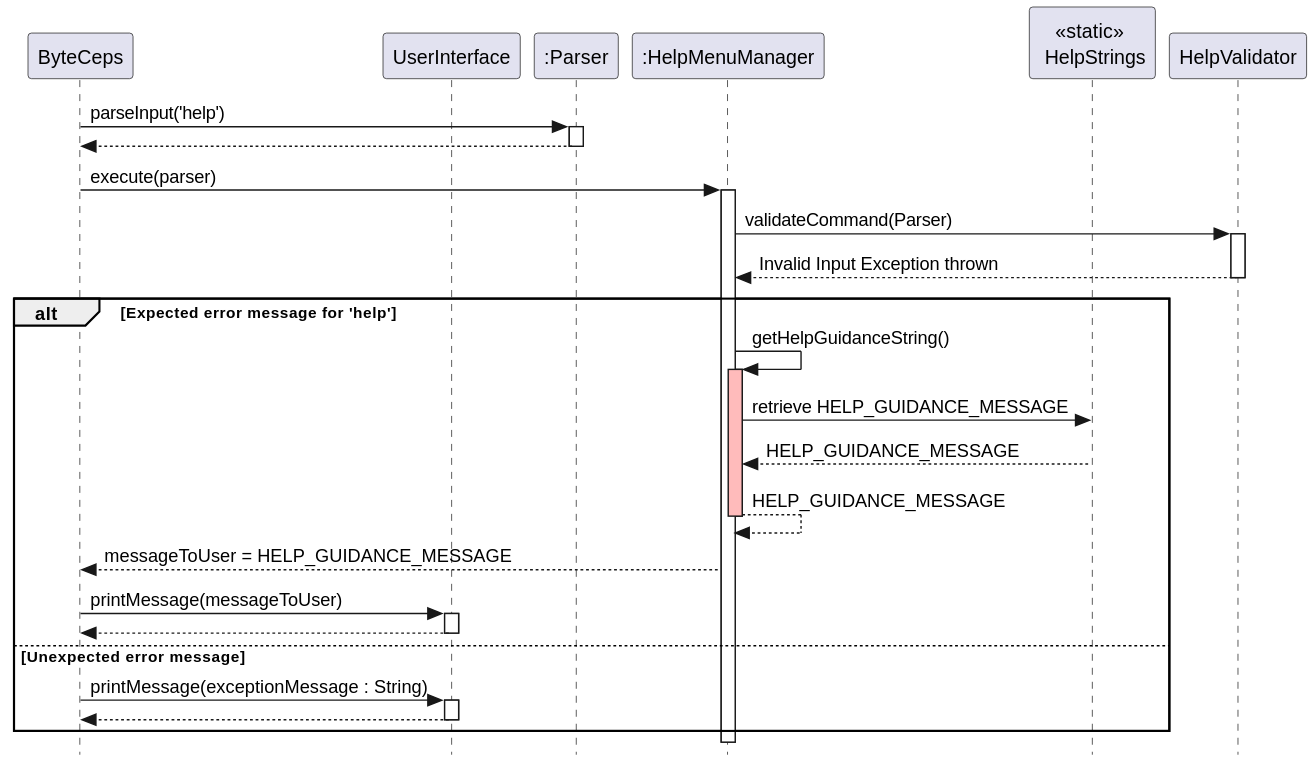
joshualeejunyi/tp keeps this PlantUML diagram as docs/diagrams/helpGuidanceMessage.svg. Above is the earlier version.
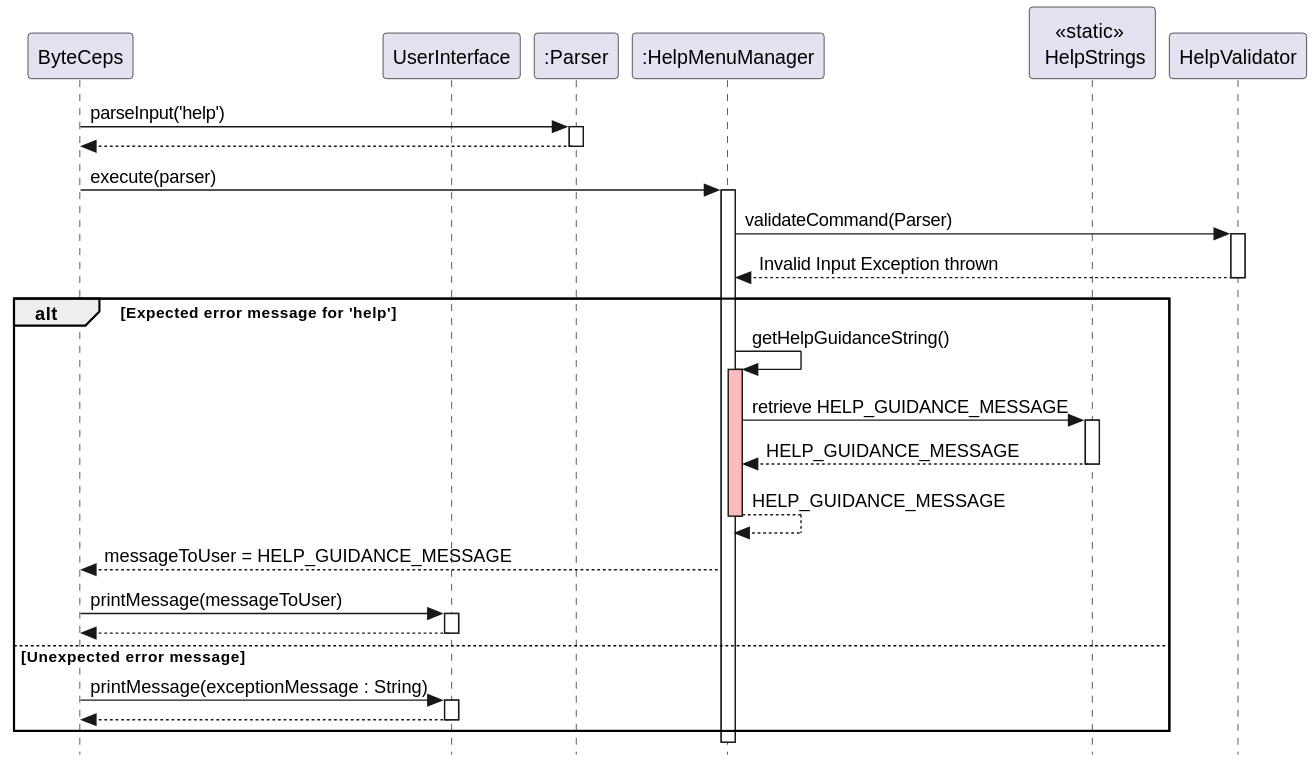
After the commit.

Diff of the diagram source:
```diff
@@ -28,7 +28,9 @@
 
 
     HelpMenuManager -> HelpStrings : retrieve HELP_GUIDANCE_MESSAGE
+    activate HelpStrings
     HelpMenuManager <-- HelpStrings : HELP_GUIDANCE_MESSAGE
+    deactivate HelpStrings
     HelpMenuManager --> HelpMenuManager : HELP_GUIDANCE_MESSAGE
     deactivate HelpMenuManager #FFBBBB
 
```
